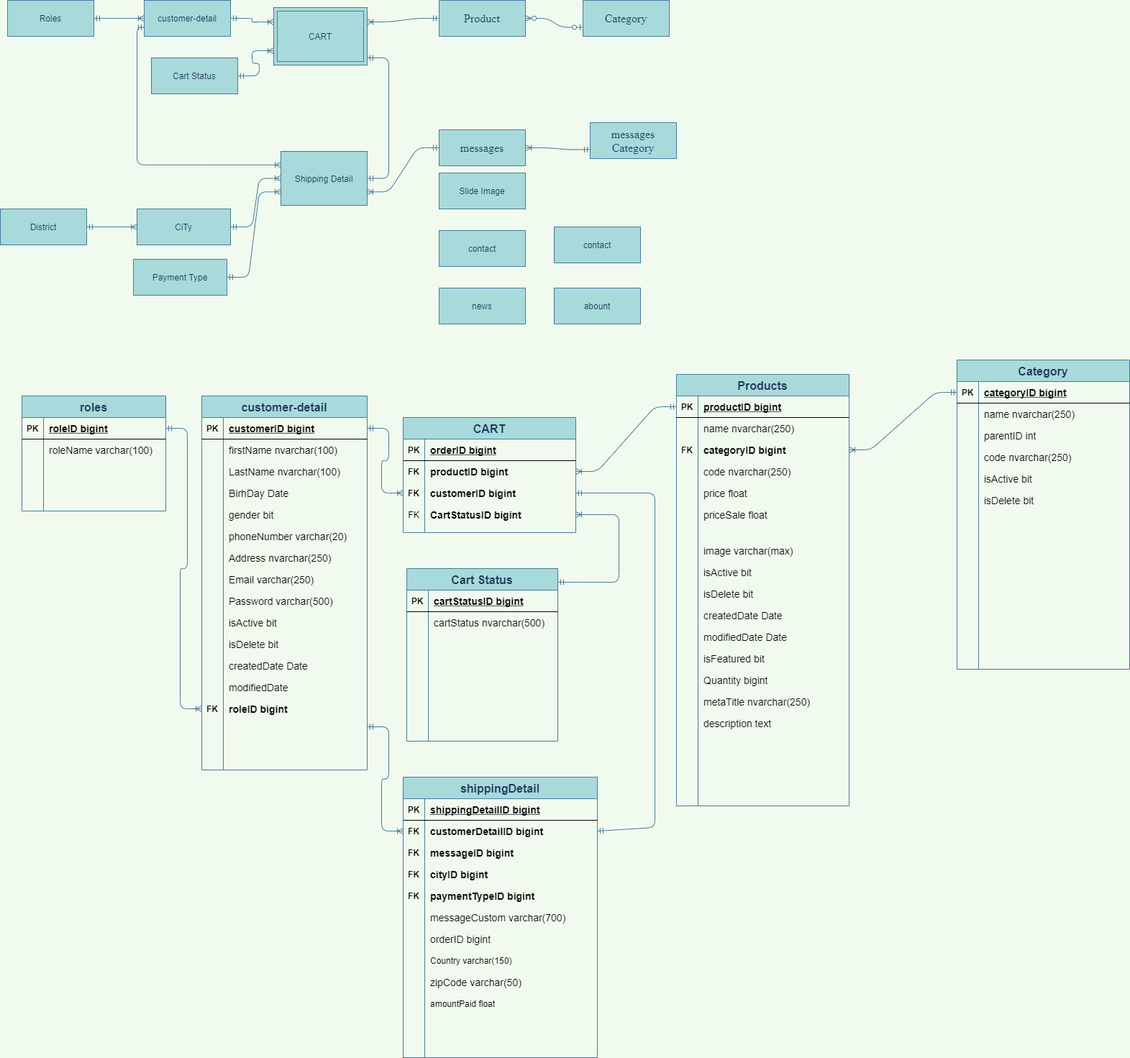
The draw.io diagram Untitled Diagram.png in maialino123/Eproject-SEM3, before a commit. Source tidied: cells renumbered, new cells last; positions are measured from the earlier drawing's top-left corner, leaving out a move shared by most shapes.
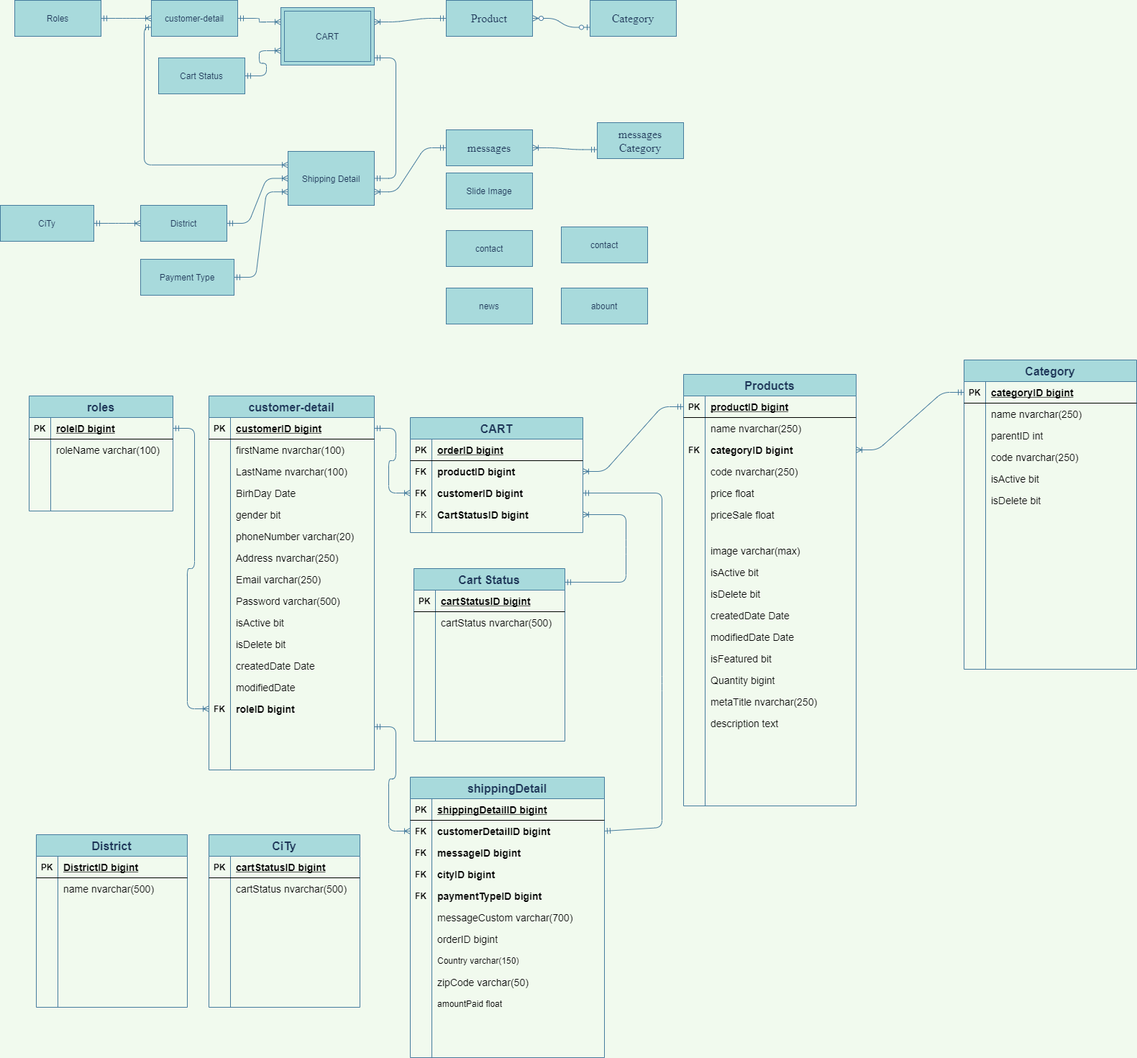
After the change.

Diff of the diagram source:
```diff
@@ -24,12 +24,12 @@
       <mxGeometry relative="1" as="geometry" />
     </mxCell>
     <mxCell id="9" value="District" style="whiteSpace=wrap;html=1;align=center;rounded=0;sketch=0;fontColor=#1D3557;strokeColor=#457B9D;fillColor=#A8DADC;" parent="1" vertex="1">
-      <mxGeometry y="290" width="120" height="50" as="geometry" />
+      <mxGeometry x="185" y="285" width="120" height="50" as="geometry" />
     </mxCell>
     <mxCell id="10" value="CiTy" style="whiteSpace=wrap;html=1;align=center;rounded=0;sketch=0;fontColor=#1D3557;strokeColor=#457B9D;fillColor=#A8DADC;" parent="1" vertex="1">
-      <mxGeometry x="190" y="290" width="130" height="50" as="geometry" />
+      <mxGeometry x="-10" y="285" width="130" height="50" as="geometry" />
     </mxCell>
-    <mxCell id="11" style="edgeStyle=entityRelationEdgeStyle;fontSize=12;html=1;endArrow=ERoneToMany;startArrow=ERmandOne;fontColor=#1D3557;strokeColor=#457B9D;fillColor=#A8DADC;entryX=0;entryY=0.5;entryDx=0;entryDy=0;exitX=1;exitY=0.5;exitDx=0;exitDy=0;labelBackgroundColor=#F1FAEE;" parent="1" edge="1" source="9" target="10">
+    <mxCell id="11" style="edgeStyle=entityRelationEdgeStyle;fontSize=12;html=1;endArrow=ERoneToMany;startArrow=ERmandOne;fontColor=#1D3557;strokeColor=#457B9D;fillColor=#A8DADC;labelBackgroundColor=#F1FAEE;exitX=1;exitY=0.5;exitDx=0;exitDy=0;entryX=0;entryY=0.5;entryDx=0;entryDy=0;" parent="1" edge="1" source="10" target="9">
       <mxGeometry relative="1" as="geometry" />
     </mxCell>
     <mxCell id="12" value="Cart Status" style="whiteSpace=wrap;html=1;align=center;rounded=0;sketch=0;fontColor=#1D3557;strokeColor=#457B9D;fillColor=#A8DADC;" parent="1" vertex="1">
@@ -62,7 +62,7 @@
     <mxCell id="21" style="edgeStyle=entityRelationEdgeStyle;fontSize=12;html=1;endArrow=ERoneToMany;startArrow=ERmandOne;fontColor=#1D3557;strokeColor=#457B9D;fillColor=#A8DADC;entryX=1;entryY=0.75;entryDx=0;entryDy=0;exitX=0;exitY=0.5;exitDx=0;exitDy=0;labelBackgroundColor=#F1FAEE;" parent="1" edge="1" source="3" target="19">
       <mxGeometry relative="1" as="geometry" />
     </mxCell>
-    <mxCell id="22" style="edgeStyle=entityRelationEdgeStyle;fontSize=12;html=1;endArrow=ERoneToMany;startArrow=ERmandOne;fontColor=#1D3557;strokeColor=#457B9D;fillColor=#A8DADC;entryX=0;entryY=0.5;entryDx=0;entryDy=0;exitX=1;exitY=0.5;exitDx=0;exitDy=0;labelBackgroundColor=#F1FAEE;" parent="1" edge="1" source="10" target="19">
+    <mxCell id="22" style="edgeStyle=entityRelationEdgeStyle;fontSize=12;html=1;endArrow=ERoneToMany;startArrow=ERmandOne;fontColor=#1D3557;strokeColor=#457B9D;fillColor=#A8DADC;entryX=0;entryY=0.5;entryDx=0;entryDy=0;labelBackgroundColor=#F1FAEE;exitX=1;exitY=0.5;exitDx=0;exitDy=0;" parent="1" edge="1" source="9" target="19">
       <mxGeometry relative="1" as="geometry" />
     </mxCell>
     <mxCell id="23" style="edgeStyle=entityRelationEdgeStyle;fontSize=12;html=1;endArrow=ERmandOne;startArrow=ERmandOne;fontColor=#1D3557;strokeColor=#457B9D;fillColor=#A8DADC;entryX=1;entryY=0.5;entryDx=0;entryDy=0;" parent="1" edge="1" target="19">
@@ -720,5 +720,137 @@
         <mxPoint x="510" y="1010" as="sourcePoint" />
       </mxGeometry>
     </mxCell>
+    <mxCell id="236" value="District" style="shape=table;startSize=30;rowLines=0;fontStyle=1;align=center;rounded=0;sketch=0;fontColor=#1D3557;strokeColor=#457B9D;fillColor=#A8DADC;fontSize=16;" parent="1" vertex="1">
+      <mxGeometry x="40" y="1160" width="210" height="240" as="geometry" />
+    </mxCell>
+    <mxCell id="237" style="shape=partialRectangle;fillColor=none;top=0;left=0;bottom=1;right=0;" parent="236" vertex="1">
+      <mxGeometry y="30" width="210" height="30" as="geometry" />
+    </mxCell>
+    <mxCell id="238" value="PK" style="shape=partialRectangle;fillColor=none;top=0;left=0;bottom=0;right=0;fontStyle=1;overflow=hidden;" parent="237" vertex="1">
+      <mxGeometry width="30" height="30" as="geometry" />
+    </mxCell>
+    <mxCell id="239" value="DistrictID bigint" style="shape=partialRectangle;fillColor=none;top=0;left=0;bottom=0;right=0;align=left;spacingLeft=6;fontStyle=5;overflow=hidden;fontSize=14;" parent="237" vertex="1">
+      <mxGeometry x="30" width="180" height="30" as="geometry" />
+    </mxCell>
+    <mxCell id="240" style="shape=partialRectangle;fillColor=none;top=0;left=0;bottom=0;right=0;" parent="236" vertex="1">
+      <mxGeometry y="60" width="210" height="30" as="geometry" />
+    </mxCell>
+    <mxCell id="241" style="shape=partialRectangle;fillColor=none;top=0;left=0;bottom=0;right=0;overflow=hidden;" parent="240" vertex="1">
+      <mxGeometry width="30" height="30" as="geometry" />
+    </mxCell>
+    <mxCell id="242" value="name nvarchar(500)" style="shape=partialRectangle;fillColor=none;top=0;left=0;bottom=0;right=0;align=left;spacingLeft=6;overflow=hidden;fontSize=14;" parent="240" vertex="1">
+      <mxGeometry x="30" width="180" height="30" as="geometry" />
+    </mxCell>
+    <mxCell id="243" style="shape=partialRectangle;fillColor=none;top=0;left=0;bottom=0;right=0;" parent="236" vertex="1">
+      <mxGeometry y="90" width="210" height="30" as="geometry" />
+    </mxCell>
+    <mxCell id="244" style="shape=partialRectangle;fillColor=none;top=0;left=0;bottom=0;right=0;overflow=hidden;" parent="243" vertex="1">
+      <mxGeometry width="30" height="30" as="geometry" />
+    </mxCell>
+    <mxCell id="245" style="shape=partialRectangle;fillColor=none;top=0;left=0;bottom=0;right=0;align=left;spacingLeft=6;overflow=hidden;" parent="243" vertex="1">
+      <mxGeometry x="30" width="180" height="30" as="geometry" />
+    </mxCell>
+    <mxCell id="246" style="shape=partialRectangle;fillColor=none;top=0;left=0;bottom=0;right=0;" parent="236" vertex="1">
+      <mxGeometry y="120" width="210" height="30" as="geometry" />
+    </mxCell>
+    <mxCell id="247" style="shape=partialRectangle;fillColor=none;top=0;left=0;bottom=0;right=0;overflow=hidden;" parent="246" vertex="1">
+      <mxGeometry width="30" height="30" as="geometry" />
+    </mxCell>
+    <mxCell id="248" style="shape=partialRectangle;fillColor=none;top=0;left=0;bottom=0;right=0;align=left;spacingLeft=6;overflow=hidden;" parent="246" vertex="1">
+      <mxGeometry x="30" width="180" height="30" as="geometry" />
+    </mxCell>
+    <mxCell id="249" style="shape=partialRectangle;fillColor=none;top=0;left=0;bottom=0;right=0;" parent="236" vertex="1">
+      <mxGeometry y="150" width="210" height="30" as="geometry" />
+    </mxCell>
+    <mxCell id="250" style="shape=partialRectangle;fillColor=none;top=0;left=0;bottom=0;right=0;overflow=hidden;" parent="249" vertex="1">
+      <mxGeometry width="30" height="30" as="geometry" />
+    </mxCell>
+    <mxCell id="251" style="shape=partialRectangle;fillColor=none;top=0;left=0;bottom=0;right=0;align=left;spacingLeft=6;overflow=hidden;" parent="249" vertex="1">
+      <mxGeometry x="30" width="180" height="30" as="geometry" />
+    </mxCell>
+    <mxCell id="252" style="shape=partialRectangle;fillColor=none;top=0;left=0;bottom=0;right=0;" parent="236" vertex="1">
+      <mxGeometry y="180" width="210" height="30" as="geometry" />
+    </mxCell>
+    <mxCell id="253" style="shape=partialRectangle;fillColor=none;top=0;left=0;bottom=0;right=0;overflow=hidden;" parent="252" vertex="1">
+      <mxGeometry width="30" height="30" as="geometry" />
+    </mxCell>
+    <mxCell id="254" style="shape=partialRectangle;fillColor=none;top=0;left=0;bottom=0;right=0;align=left;spacingLeft=6;overflow=hidden;" parent="252" vertex="1">
+      <mxGeometry x="30" width="180" height="30" as="geometry" />
+    </mxCell>
+    <mxCell id="255" style="shape=partialRectangle;fillColor=none;top=0;left=0;bottom=0;right=0;" parent="236" vertex="1">
+      <mxGeometry y="210" width="210" height="30" as="geometry" />
+    </mxCell>
+    <mxCell id="256" style="shape=partialRectangle;fillColor=none;top=0;left=0;bottom=0;right=0;overflow=hidden;" parent="255" vertex="1">
+      <mxGeometry width="30" height="30" as="geometry" />
+    </mxCell>
+    <mxCell id="257" style="shape=partialRectangle;fillColor=none;top=0;left=0;bottom=0;right=0;align=left;spacingLeft=6;overflow=hidden;" parent="255" vertex="1">
+      <mxGeometry x="30" width="180" height="30" as="geometry" />
+    </mxCell>
+    <mxCell id="258" value="CiTy" style="shape=table;startSize=30;rowLines=0;fontStyle=1;align=center;rounded=0;sketch=0;fontColor=#1D3557;strokeColor=#457B9D;fillColor=#A8DADC;fontSize=16;" parent="1" vertex="1">
+      <mxGeometry x="280" y="1160" width="210" height="240" as="geometry" />
+    </mxCell>
+    <mxCell id="259" style="shape=partialRectangle;fillColor=none;top=0;left=0;bottom=1;right=0;" parent="258" vertex="1">
+      <mxGeometry y="30" width="210" height="30" as="geometry" />
+    </mxCell>
+    <mxCell id="260" value="PK" style="shape=partialRectangle;fillColor=none;top=0;left=0;bottom=0;right=0;fontStyle=1;overflow=hidden;" parent="259" vertex="1">
+      <mxGeometry width="30" height="30" as="geometry" />
+    </mxCell>
+    <mxCell id="261" value="cartStatusID bigint" style="shape=partialRectangle;fillColor=none;top=0;left=0;bottom=0;right=0;align=left;spacingLeft=6;fontStyle=5;overflow=hidden;fontSize=14;" parent="259" vertex="1">
+      <mxGeometry x="30" width="180" height="30" as="geometry" />
+    </mxCell>
+    <mxCell id="262" style="shape=partialRectangle;fillColor=none;top=0;left=0;bottom=0;right=0;" parent="258" vertex="1">
+      <mxGeometry y="60" width="210" height="30" as="geometry" />
+    </mxCell>
+    <mxCell id="263" style="shape=partialRectangle;fillColor=none;top=0;left=0;bottom=0;right=0;overflow=hidden;" parent="262" vertex="1">
+      <mxGeometry width="30" height="30" as="geometry" />
+    </mxCell>
+    <mxCell id="264" value="cartStatus nvarchar(500)" style="shape=partialRectangle;fillColor=none;top=0;left=0;bottom=0;right=0;align=left;spacingLeft=6;overflow=hidden;fontSize=14;" parent="262" vertex="1">
+      <mxGeometry x="30" width="180" height="30" as="geometry" />
+    </mxCell>
+    <mxCell id="265" style="shape=partialRectangle;fillColor=none;top=0;left=0;bottom=0;right=0;" parent="258" vertex="1">
+      <mxGeometry y="90" width="210" height="30" as="geometry" />
+    </mxCell>
+    <mxCell id="266" style="shape=partialRectangle;fillColor=none;top=0;left=0;bottom=0;right=0;overflow=hidden;" parent="265" vertex="1">
+      <mxGeometry width="30" height="30" as="geometry" />
+    </mxCell>
+    <mxCell id="267" style="shape=partialRectangle;fillColor=none;top=0;left=0;bottom=0;right=0;align=left;spacingLeft=6;overflow=hidden;" parent="265" vertex="1">
+      <mxGeometry x="30" width="180" height="30" as="geometry" />
+    </mxCell>
+    <mxCell id="268" style="shape=partialRectangle;fillColor=none;top=0;left=0;bottom=0;right=0;" parent="258" vertex="1">
+      <mxGeometry y="120" width="210" height="30" as="geometry" />
+    </mxCell>
+    <mxCell id="269" style="shape=partialRectangle;fillColor=none;top=0;left=0;bottom=0;right=0;overflow=hidden;" parent="268" vertex="1">
+      <mxGeometry width="30" height="30" as="geometry" />
+    </mxCell>
+    <mxCell id="270" style="shape=partialRectangle;fillColor=none;top=0;left=0;bottom=0;right=0;align=left;spacingLeft=6;overflow=hidden;" parent="268" vertex="1">
+      <mxGeometry x="30" width="180" height="30" as="geometry" />
+    </mxCell>
+    <mxCell id="271" style="shape=partialRectangle;fillColor=none;top=0;left=0;bottom=0;right=0;" parent="258" vertex="1">
+      <mxGeometry y="150" width="210" height="30" as="geometry" />
+    </mxCell>
+    <mxCell id="272" style="shape=partialRectangle;fillColor=none;top=0;left=0;bottom=0;right=0;overflow=hidden;" parent="271" vertex="1">
+      <mxGeometry width="30" height="30" as="geometry" />
+    </mxCell>
+    <mxCell id="273" style="shape=partialRectangle;fillColor=none;top=0;left=0;bottom=0;right=0;align=left;spacingLeft=6;overflow=hidden;" parent="271" vertex="1">
+      <mxGeometry x="30" width="180" height="30" as="geometry" />
+    </mxCell>
+    <mxCell id="274" style="shape=partialRectangle;fillColor=none;top=0;left=0;bottom=0;right=0;" parent="258" vertex="1">
+      <mxGeometry y="180" width="210" height="30" as="geometry" />
+    </mxCell>
+    <mxCell id="275" style="shape=partialRectangle;fillColor=none;top=0;left=0;bottom=0;right=0;overflow=hidden;" parent="274" vertex="1">
+      <mxGeometry width="30" height="30" as="geometry" />
+    </mxCell>
+    <mxCell id="276" style="shape=partialRectangle;fillColor=none;top=0;left=0;bottom=0;right=0;align=left;spacingLeft=6;overflow=hidden;" parent="274" vertex="1">
+      <mxGeometry x="30" width="180" height="30" as="geometry" />
+    </mxCell>
+    <mxCell id="277" style="shape=partialRectangle;fillColor=none;top=0;left=0;bottom=0;right=0;" parent="258" vertex="1">
+      <mxGeometry y="210" width="210" height="30" as="geometry" />
+    </mxCell>
+    <mxCell id="278" style="shape=partialRectangle;fillColor=none;top=0;left=0;bottom=0;right=0;overflow=hidden;" parent="277" vertex="1">
+      <mxGeometry width="30" height="30" as="geometry" />
+    </mxCell>
+    <mxCell id="279" style="shape=partialRectangle;fillColor=none;top=0;left=0;bottom=0;right=0;align=left;spacingLeft=6;overflow=hidden;" parent="277" vertex="1">
+      <mxGeometry x="30" width="180" height="30" as="geometry" />
+    </mxCell>
   </root>
 </mxGraphModel>
```
